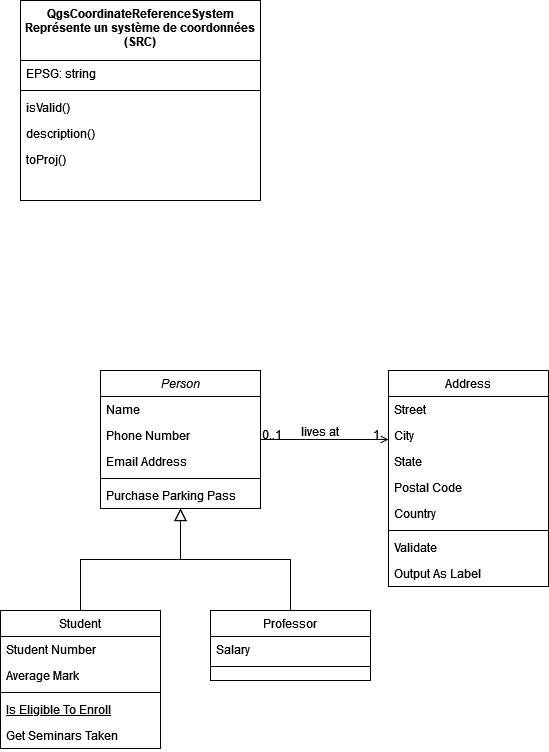
The draw.io diagram classes_QGIS.png in leonielrx/ProjetInfo_DoGeo, before a commit. Source tidied: cells renumbered, new cells last; positions are measured from the earlier drawing's top-left corner, leaving out a move shared by most shapes.
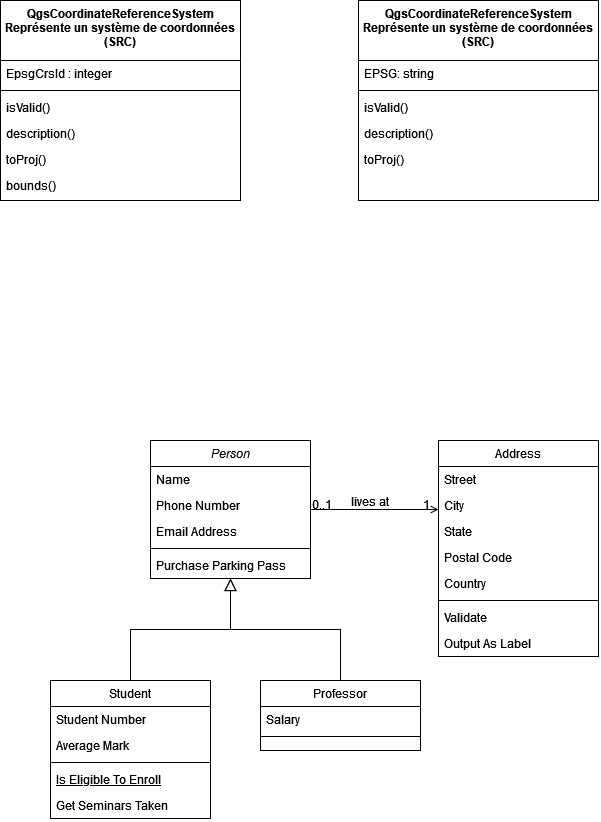
After the change.

Commit message:
Mettre à jour classes_QGIS.png

The edit, as a diff of the source:
```diff
@@ -101,9 +101,9 @@
       </mxGeometry>
     </mxCell>
     <mxCell id="32" value="QgsCoordinateReferenceSystem&#10;Représente un système de coordonnées &#10;(SRC)&#10;" style="swimlane;fontStyle=1;align=center;verticalAlign=top;horizontal=1;startSize=60;rounded=0;shadow=0;strokeWidth=1;fontSize=12;" parent="1" vertex="1">
-      <mxGeometry x="20" width="240" height="200" as="geometry" />
+      <mxGeometry x="-50" y="-70" width="240" height="200" as="geometry" />
     </mxCell>
-    <mxCell id="33" value="EPSG: string" style="text;align=left;verticalAlign=top;spacingLeft=4;spacingRight=4;overflow=hidden;rounded=0;shadow=0;html=0;" parent="32" vertex="1">
+    <mxCell id="33" value="EpsgCrsId : integer&#10;" style="text;align=left;verticalAlign=top;spacingLeft=4;spacingRight=4;overflow=hidden;rounded=0;shadow=0;html=0;" parent="32" vertex="1">
       <mxGeometry y="60" width="240" height="26" as="geometry" />
     </mxCell>
     <mxCell id="34" style="line;html=1;strokeWidth=1;align=left;verticalAlign=middle;spacingTop=-1;spacingLeft=3;spacingRight=3;labelPosition=right;" parent="32" vertex="1">
@@ -118,5 +118,26 @@
     <mxCell id="37" value="toProj()" style="text;align=left;verticalAlign=top;spacingLeft=4;spacingRight=4;overflow=hidden;rounded=0;shadow=0;html=0;" parent="32" vertex="1">
       <mxGeometry y="146" width="240" height="26" as="geometry" />
     </mxCell>
+    <mxCell id="38" value="bounds()" style="text;align=left;verticalAlign=top;spacingLeft=4;spacingRight=4;overflow=hidden;rounded=0;shadow=0;html=0;" parent="32" vertex="1">
+      <mxGeometry y="172" width="240" height="26" as="geometry" />
+    </mxCell>
+    <mxCell id="39" value="QgsCoordinateReferenceSystem&#10;Représente un système de coordonnées &#10;(SRC)&#10;" style="swimlane;fontStyle=1;align=center;verticalAlign=top;horizontal=1;startSize=60;rounded=0;shadow=0;strokeWidth=1;fontSize=12;" parent="1" vertex="1">
+      <mxGeometry x="308" y="-70" width="240" height="200" as="geometry" />
+    </mxCell>
+    <mxCell id="40" value="EPSG: string" style="text;align=left;verticalAlign=top;spacingLeft=4;spacingRight=4;overflow=hidden;rounded=0;shadow=0;html=0;" parent="39" vertex="1">
+      <mxGeometry y="60" width="240" height="26" as="geometry" />
+    </mxCell>
+    <mxCell id="41" style="line;html=1;strokeWidth=1;align=left;verticalAlign=middle;spacingTop=-1;spacingLeft=3;spacingRight=3;labelPosition=right;" parent="39" vertex="1">
+      <mxGeometry y="86" width="240" height="8" as="geometry" />
+    </mxCell>
+    <mxCell id="42" value="isValid()" style="text;align=left;verticalAlign=top;spacingLeft=4;spacingRight=4;overflow=hidden;" parent="39" vertex="1">
+      <mxGeometry y="94" width="240" height="26" as="geometry" />
+    </mxCell>
+    <mxCell id="43" value="description()" style="text;align=left;verticalAlign=top;spacingLeft=4;spacingRight=4;overflow=hidden;rounded=0;shadow=0;html=0;" parent="39" vertex="1">
+      <mxGeometry y="120" width="240" height="26" as="geometry" />
+    </mxCell>
+    <mxCell id="44" value="toProj()" style="text;align=left;verticalAlign=top;spacingLeft=4;spacingRight=4;overflow=hidden;rounded=0;shadow=0;html=0;" parent="39" vertex="1">
+      <mxGeometry y="146" width="240" height="26" as="geometry" />
+    </mxCell>
   </root>
 </mxGraphModel>
```
